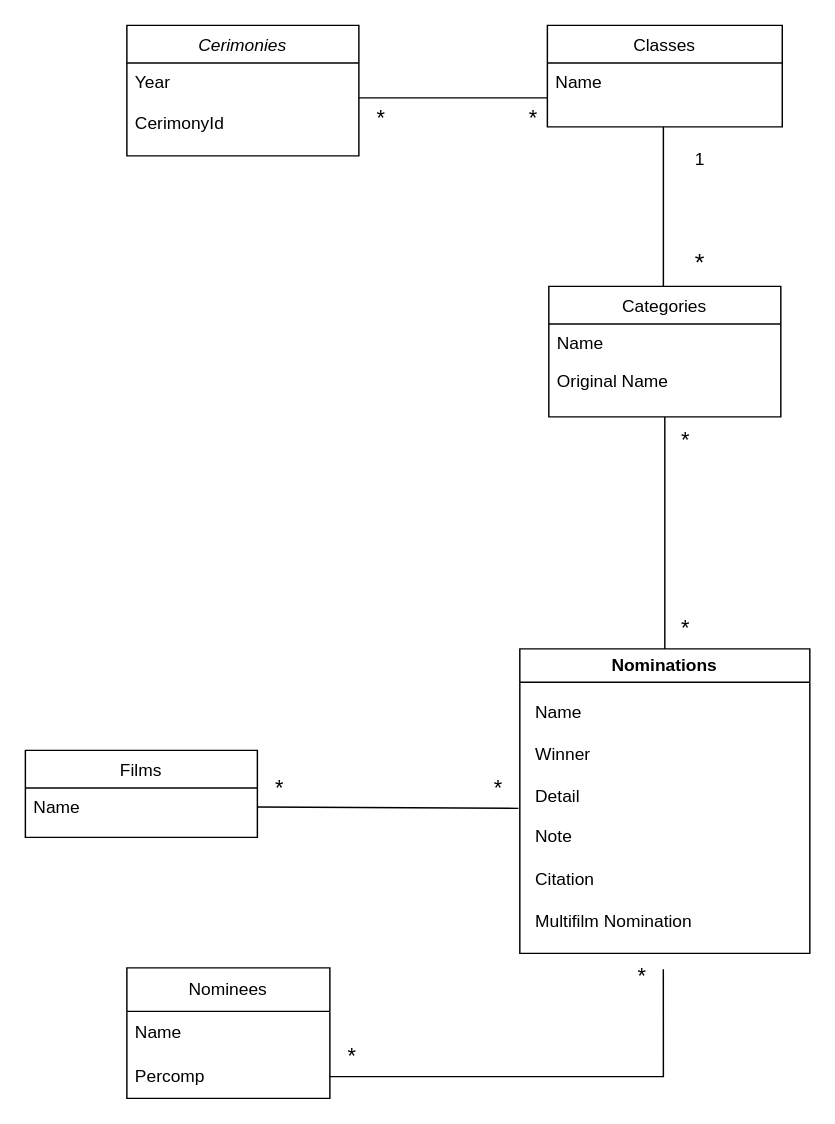
Above: uml.drawio in QuAleAcEna/PythonAppOscars (draw.io), before the change. Source tidied: cells renumbered, new cells numbered last; positions are measured from the earlier drawing's top-left corner, leaving out a move shared by most shapes. Both pictures are drawn from the tidied source at 145%, with x=0, y=0 at pixel (25, 25).
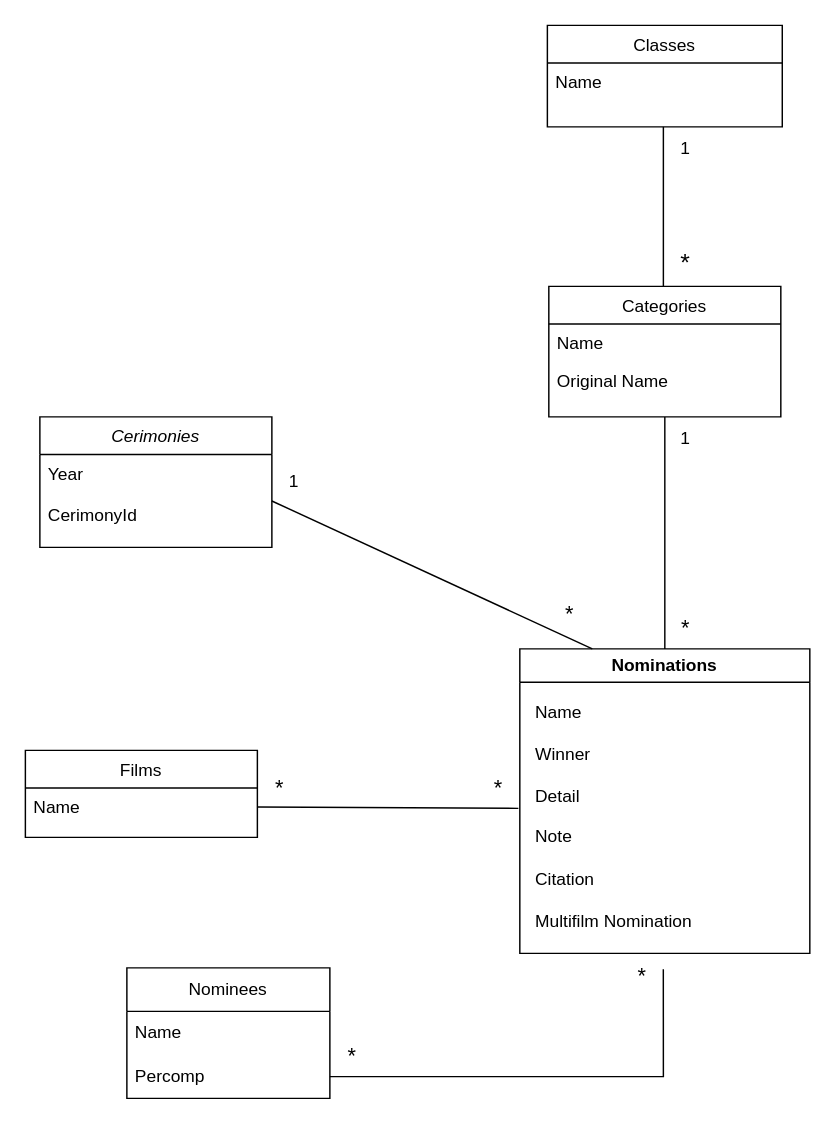
After the change.

The change refers to these unchanged cells:
```xml
<mxCell id="3" value="Year&#10;&#10;CerimonyId" style="text;align=left;verticalAlign=top;spacingLeft=4;spacingRight=4;overflow=hidden;points=[[0,0.5],[1,0.5]];portConstraint=eastwest;" parent="2" vertex="1">
  <mxGeometry y="26" width="160" height="64" as="geometry" />
</mxCell>
<mxCell id="11" value="Nominations" style="swimlane;whiteSpace=wrap;html=1;" parent="1" vertex="1">
  <mxGeometry x="341" y="430" width="200" height="210" as="geometry" />
</mxCell>
```

Change to the diagram source:
```diff
@@
     <mxCell id="2" value="Cerimonies" style="swimlane;fontStyle=2;align=center;verticalAlign=top;horizontal=1;startSize=26;rounded=0;shadow=0;strokeWidth=1;" parent="1" vertex="1">
-      <mxGeometry x="70" width="160" height="90" as="geometry" />
+      <mxGeometry x="10" y="270" width="160" height="90" as="geometry" />
     </mxCell>
@@
-    <mxCell id="17" value="&lt;font style=&quot;font-size: 15px;&quot;&gt;*&lt;/font&gt;" style="text;html=1;align=center;verticalAlign=middle;strokeColor=none;fillColor=none;" parent="1" vertex="1">
-      <mxGeometry x="335" y="48" width="30" height="30" as="geometry" />
-    </mxCell>
     <mxCell id="18" value="1" style="text;html=1;align=center;verticalAlign=middle;strokeColor=none;fillColor=none;" parent="1" vertex="1">
-      <mxGeometry x="450" y="78" width="30" height="30" as="geometry" />
+      <mxGeometry x="440" y="70" width="30" height="30" as="geometry" />
     </mxCell>
     <mxCell id="19" value="&lt;font style=&quot;font-size: 17px;&quot;&gt;*&lt;/font&gt;" style="text;html=1;align=center;verticalAlign=middle;strokeColor=none;fillColor=none;" parent="1" vertex="1">
-      <mxGeometry x="450" y="150" width="30" height="30" as="geometry" />
+      <mxGeometry x="440" y="150" width="30" height="30" as="geometry" />
     </mxCell>
@@
-    <mxCell id="21" style="line;strokeWidth=1;fillColor=none;align=left;verticalAlign=middle;spacingTop=-1;spacingLeft=3;spacingRight=3;labelPosition=right;strokeColor=inherit;" parent="1" vertex="1">
-      <mxGeometry x="230" y="46" width="130" height="8" as="geometry" />
-    </mxCell>
@@
-    <mxCell id="25" value="&lt;font style=&quot;font-size: 15px;&quot;&gt;*&lt;/font&gt;" style="text;html=1;align=center;verticalAlign=middle;strokeColor=none;fillColor=none;" parent="1" vertex="1">
+    <mxCell id="25" value="1" style="text;html=1;align=center;verticalAlign=middle;strokeColor=none;fillColor=none;" parent="1" vertex="1">
       <mxGeometry x="440" y="270" width="30" height="30" as="geometry" />
     </mxCell>
@@
-    <mxCell id="30" value="&lt;font style=&quot;font-size: 15px;&quot;&gt;*&lt;/font&gt;" style="text;html=1;align=center;verticalAlign=middle;strokeColor=none;fillColor=none;" parent="1" vertex="1">
-      <mxGeometry x="230" y="48" width="30" height="30" as="geometry" />
-    </mxCell>
+    <mxCell id="31" style="endArrow=none;html=1;rounded=0;exitX=1;exitY=0.5;exitDx=0;exitDy=0;entryX=0.25;entryY=0;entryDx=0;entryDy=0;" parent="1" edge="1" source="3" target="11">
+      <mxGeometry relative="1" as="geometry" />
+    </mxCell>
+    <mxCell id="32" value="1" style="text;html=1;align=center;verticalAlign=middle;strokeColor=none;fillColor=none;" parent="1" vertex="1">
+      <mxGeometry x="170" y="300" width="30" height="30" as="geometry" />
+    </mxCell>
+    <mxCell id="33" value="&lt;font style=&quot;font-size: 15px;&quot;&gt;*&lt;/font&gt;" style="text;html=1;align=center;verticalAlign=middle;strokeColor=none;fillColor=none;" parent="1" vertex="1">
+      <mxGeometry x="360" y="390" width="30" height="30" as="geometry" />
+    </mxCell>
```
